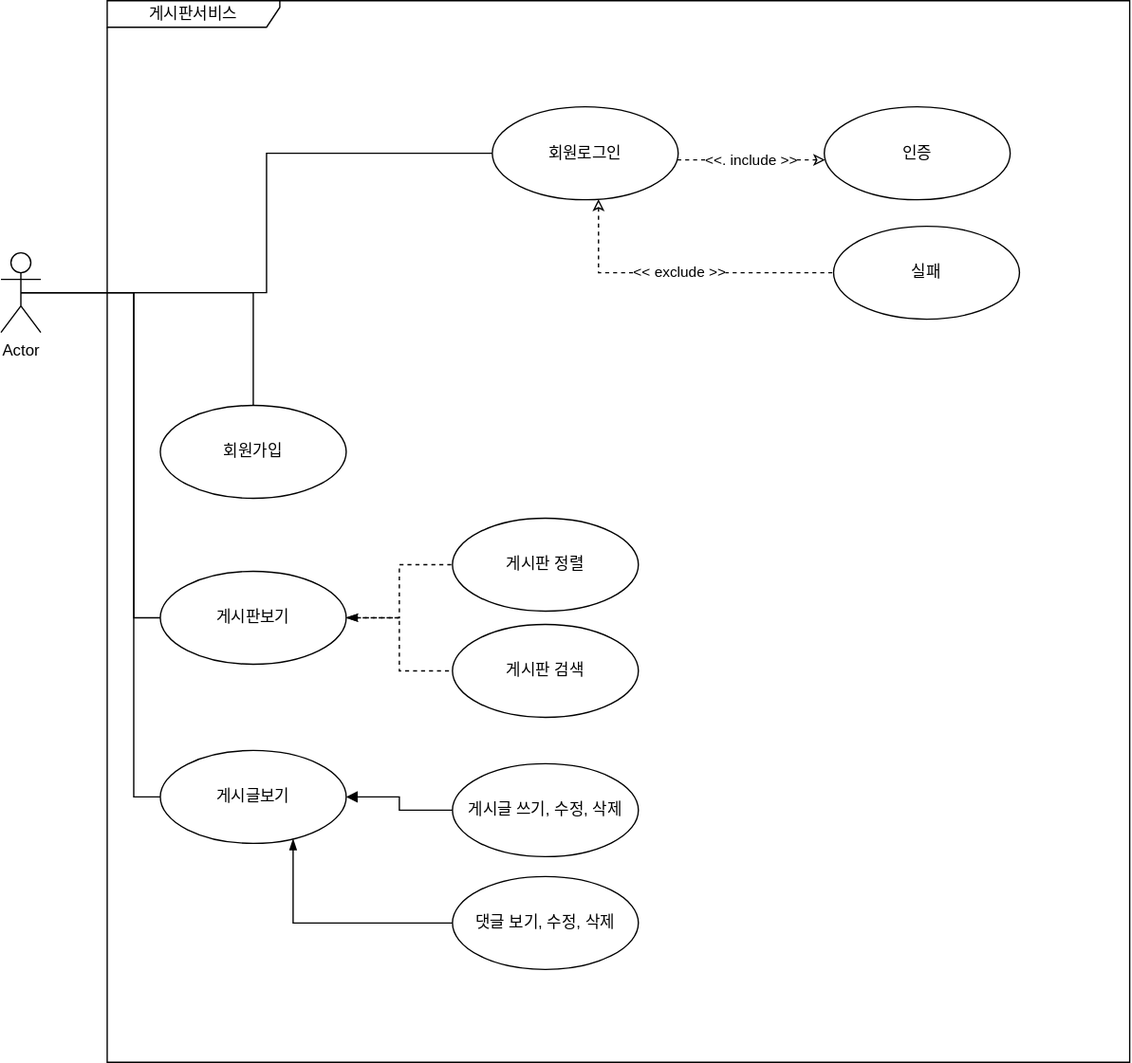
The draw.io diagram document/usecase.svg in manure391/20221113-ED-BACKEND01, before a commit. Source tidied: cells renumbered, new cells last; positions are measured from the earlier drawing's top-left corner, leaving out a move shared by most shapes.
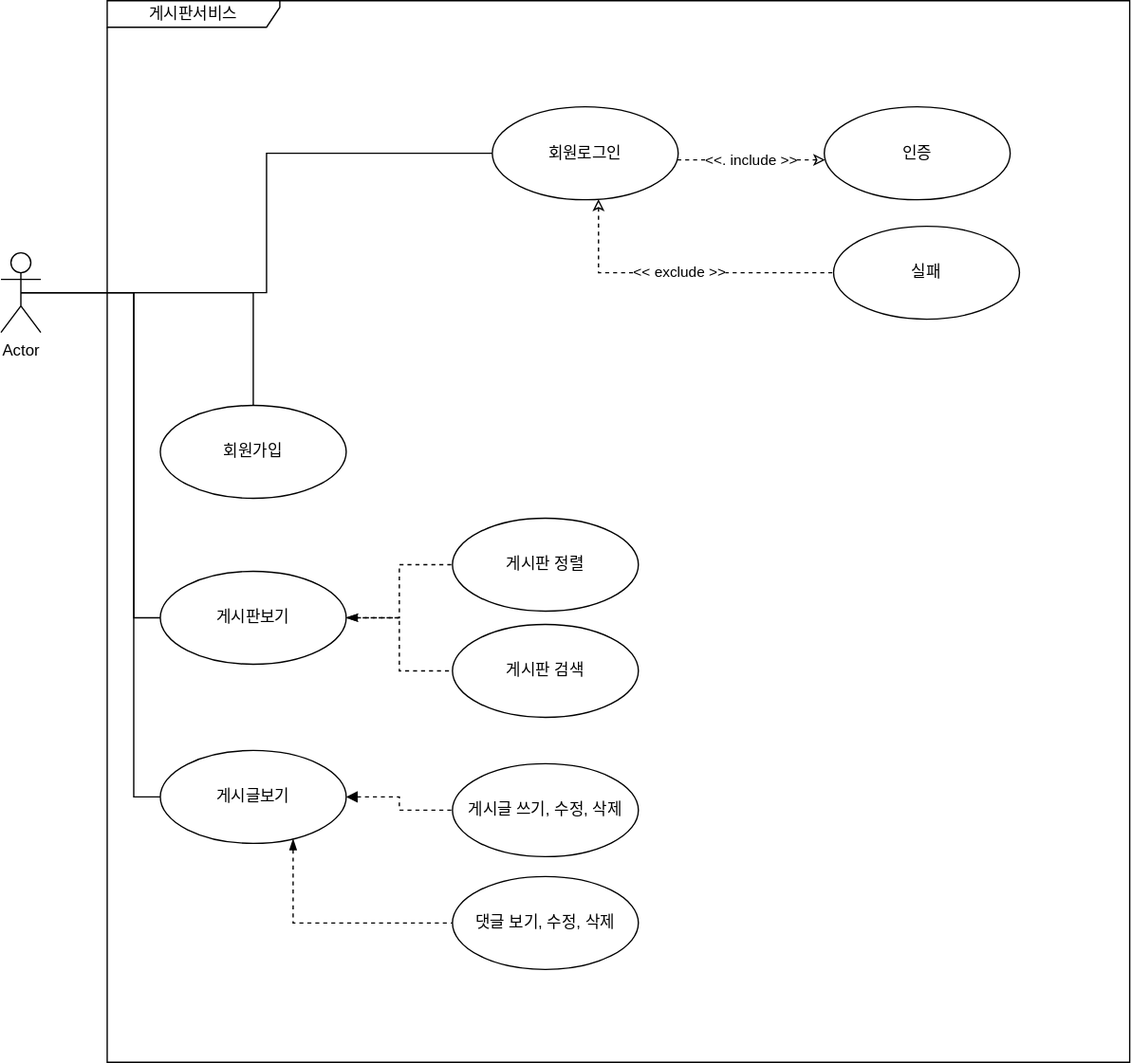
After the commit.

What changed in the source:
```diff
@@ -70,10 +70,10 @@
     <mxCell id="19" style="endArrow=none;html=1;edgeStyle=orthogonalEdgeStyle;rounded=0;dashed=1;startArrow=blockThin;startFill=1;" parent="1" edge="1" source="5" target="10">
       <mxGeometry relative="1" as="geometry" />
     </mxCell>
-    <mxCell id="20" style="endArrow=none;html=1;edgeStyle=orthogonalEdgeStyle;rounded=0;startArrow=block;startFill=1;" parent="1" edge="1" source="6" target="12">
+    <mxCell id="20" style="endArrow=none;html=1;edgeStyle=orthogonalEdgeStyle;rounded=0;startArrow=block;startFill=1;dashed=1;" parent="1" edge="1" source="6" target="12">
       <mxGeometry relative="1" as="geometry" />
     </mxCell>
-    <mxCell id="21" style="endArrow=none;html=1;edgeStyle=orthogonalEdgeStyle;rounded=0;startArrow=blockThin;startFill=1;" parent="1" edge="1" source="6" target="13">
+    <mxCell id="21" style="endArrow=none;html=1;edgeStyle=orthogonalEdgeStyle;rounded=0;startArrow=blockThin;startFill=1;dashed=1;" parent="1" edge="1" source="6" target="13">
       <mxGeometry relative="1" as="geometry">
         <Array as="points">
           <mxPoint x="220" y="695" />
```
